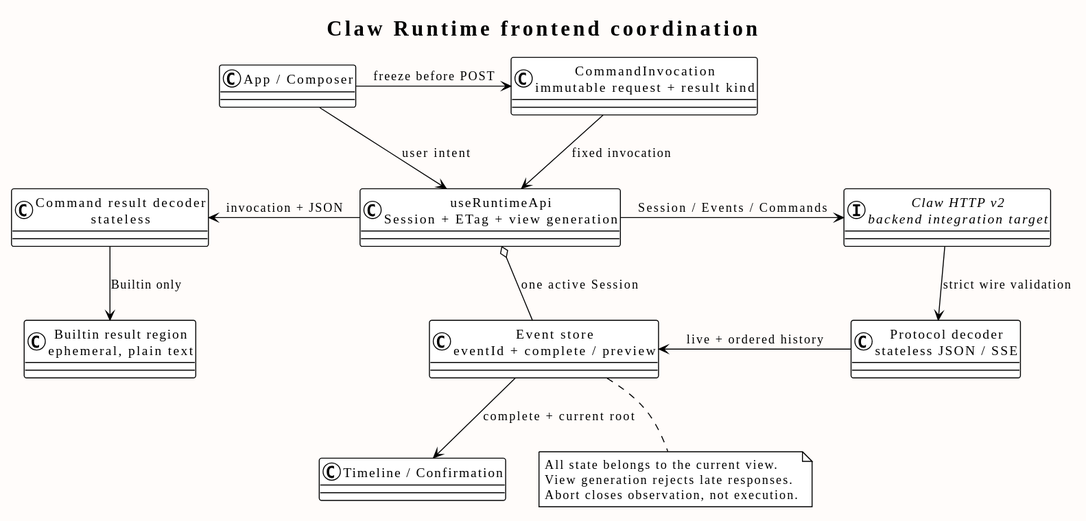
The PlantUML diagram docs/designs/frontend-events-v2/frontend_event_coordination.svg in 2862282695gjh-afk/pi-mono-java, before a commit.
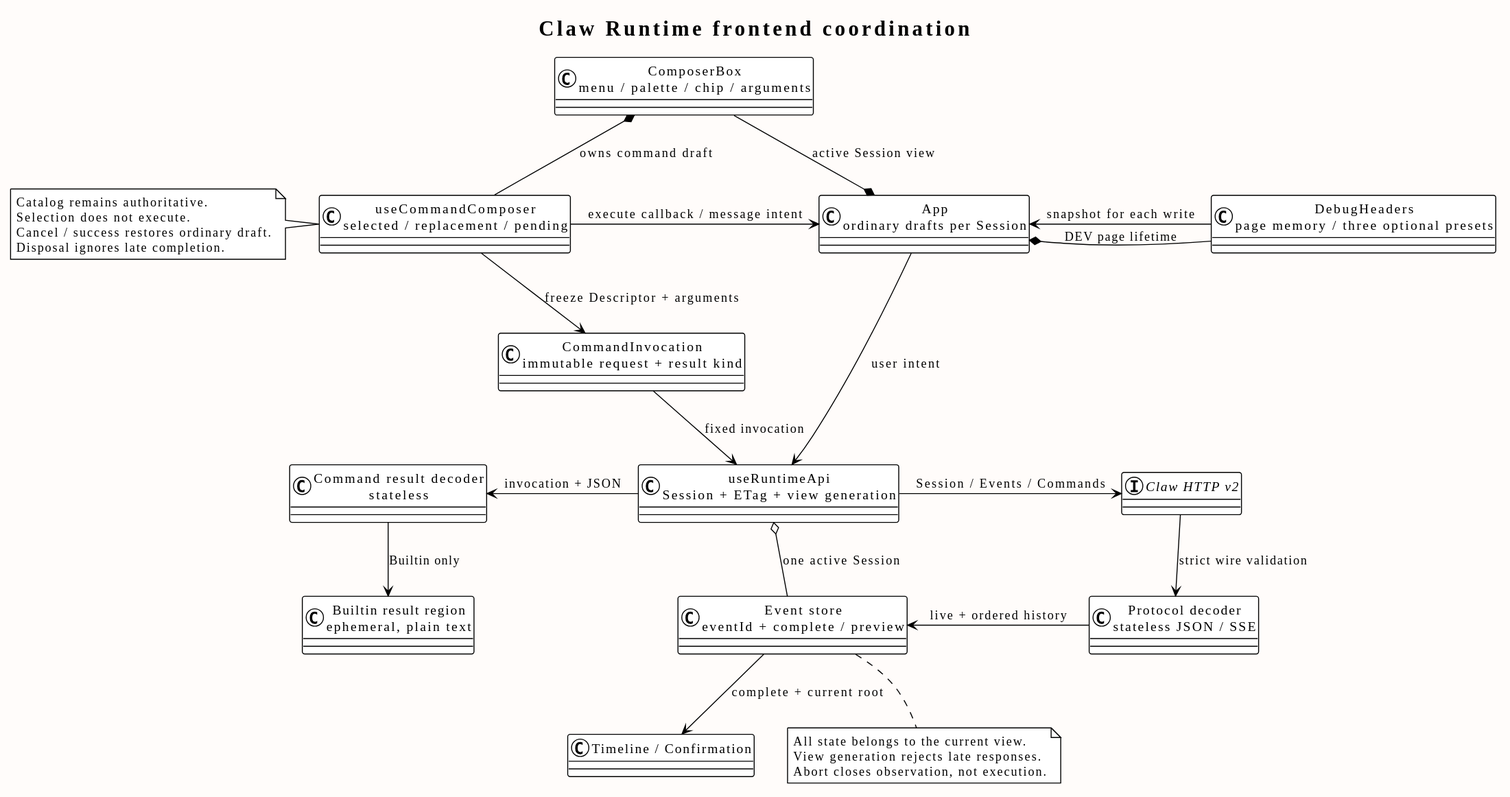
The same file after the commit.

The edit, as a diff of the source:
```diff
@@ -4,7 +4,10 @@
 top to bottom direction
 skinparam shadowing false
 skinparam backgroundColor #FFFCFA
-class "App / Composer" as App
+class "App\nordinary drafts per Session" as App
+class "ComposerBox\nmenu / palette / chip / arguments" as Composer
+class "useCommandComposer\nselected / replacement / pending" as Draft
+class "DebugHeaders\npage memory / three optional presets" as Headers
 class "CommandInvocation\nimmutable request + result kind" as Invocation
 class "useRuntimeApi\nSession + ETag + view generation" as Coordinator
 class "Event store\neventId + complete / preview" as Store
@@ -12,8 +15,13 @@
 class "Builtin result region\nephemeral, plain text" as Result
 class "Protocol decoder\nstateless JSON / SSE" as Decoder
 class "Command result decoder\nstateless" as Commands
-interface "Claw HTTP v2\nbackend integration target" as HTTP
-App -right-> Invocation : freeze before POST
+interface "Claw HTTP v2" as HTTP
+App *-left- Composer : active Session view
+Composer *-down- Draft : owns command draft
+App *-right- Headers : DEV page lifetime
+Headers -down-> App : snapshot for each write
+Draft -down-> Invocation : freeze Descriptor + arguments
+Draft -right-> App : execute callback / message intent
 App -down-> Coordinator : user intent
 Invocation -down-> Coordinator : fixed invocation
 Coordinator -right-> HTTP : Session / Events / Commands
@@ -28,4 +36,10 @@
   View generation rejects late responses.
   Abort closes observation, not execution.
 end note
+note left of Draft
+  Catalog remains authoritative.
+  Selection does not execute.
+  Cancel / success restores ordinary draft.
+  Disposal ignores late completion.
+end note
 @enduml
```
